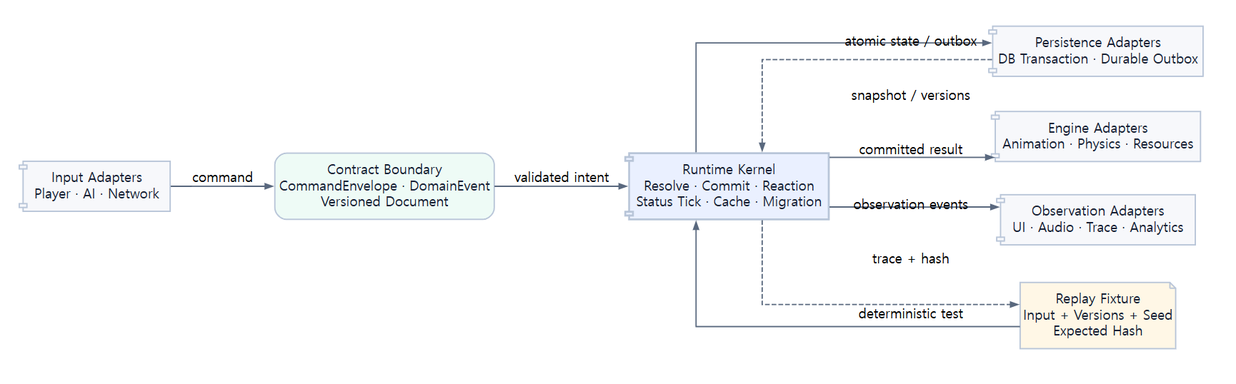
Above: assets/diagrams/39_runtime_ports_and_adapters.png in JY-LemongO/game-system-framework-knowledge-site (Graphviz), before the change. Its source is kept beside it as source/diagrams/39_runtime_ports_and_adapters.dot.
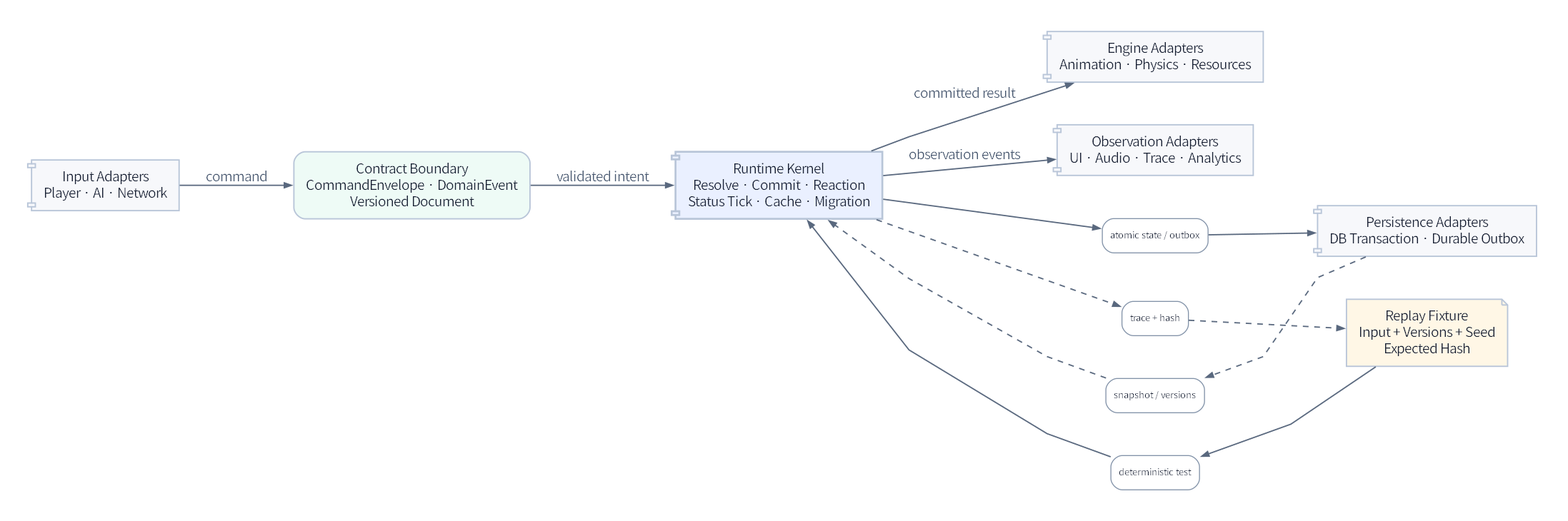
The same file after the commit.

Change to the diagram source:
```diff
@@ -1,7 +1,7 @@
 digraph G {
-  graph [fontname="Noto Sans CJK KR", bgcolor="#ffffff", margin=0.12, pad=0.34, ranksep=0.74, nodesep=0.48, splines=ortho];
-  node [fontname="Noto Sans CJK KR", shape=box, style="rounded,filled", color="#b8c5d8", penwidth=1.4, fillcolor="#ffffff", fontcolor="#182033", margin="0.18,0.13"];
-  edge [fontname="Noto Sans CJK KR", color="#59687e", arrowsize=0.75, penwidth=1.35];
+  graph [fontname="Noto Sans KR", bgcolor="#ffffff", margin=0.12, pad=0.34, ranksep=0.78, nodesep=0.62, splines=polyline];
+  node [fontname="Noto Sans KR", shape=box, style="rounded,filled", color="#b8c5d8", penwidth=1.4, fillcolor="#ffffff", fontcolor="#182033", margin="0.18,0.13"];
+  edge [fontname="Noto Sans KR", color="#59687e", fontcolor="#46566e", arrowsize=0.75, penwidth=1.35];
   rankdir=LR;
 
   Input [shape=component, fillcolor="#f7f8fb", label="Input Adapters\nPlayer · AI · Network"];
@@ -12,13 +12,23 @@
   Contracts [fillcolor="#eefbf6", label="Contract Boundary\nCommandEnvelope · DomainEvent\nVersioned Document"];
   Kernel [shape=component, fillcolor="#eaf0ff", penwidth=2.0, label="Runtime Kernel\nResolve · Commit · Reaction\nStatus Tick · Cache · Migration"];
   Replay [shape=note, fillcolor="#fff7e6", label="Replay Fixture\nInput + Versions + Seed\nExpected Hash"];
+  PersistWrite [label="atomic state / outbox", fillcolor="#ffffff", color="#8292a8", penwidth=1.0, fontsize=10, margin="0.12,0.07"];
+  SnapshotRead [label="snapshot / versions", fillcolor="#ffffff", color="#8292a8", penwidth=1.0, fontsize=10, margin="0.12,0.07"];
+  ReplayInput [label="deterministic test", fillcolor="#ffffff", color="#8292a8", penwidth=1.0, fontsize=10, margin="0.12,0.07"];
+  ReplayTrace [label="trace + hash", fillcolor="#ffffff", color="#8292a8", penwidth=1.0, fontsize=10, margin="0.12,0.07"];
 
   Input -> Contracts [label="command"];
   Contracts -> Kernel [label="validated intent"];
-  Kernel -> Storage [label="atomic state / outbox"];
-  Storage -> Kernel [style=dashed, label="snapshot / versions"];
+  { rank=same; PersistWrite; SnapshotRead; }
+  { rank=same; ReplayInput; ReplayTrace; }
+
+  Kernel -> PersistWrite -> Storage;
+  Storage -> SnapshotRead [style=dashed, constraint=false];
+  SnapshotRead -> Kernel [style=dashed, constraint=false];
   Kernel -> Engine [label="committed result"];
   Kernel -> Telemetry [label="observation events"];
-  Replay -> Kernel [label="deterministic test"];
-  Kernel -> Replay [style=dashed, label="trace + hash"];
+  Replay -> ReplayInput [constraint=false];
+  ReplayInput -> Kernel [constraint=false];
+  Kernel -> ReplayTrace [style=dashed];
+  ReplayTrace -> Replay [style=dashed];
 }
```
